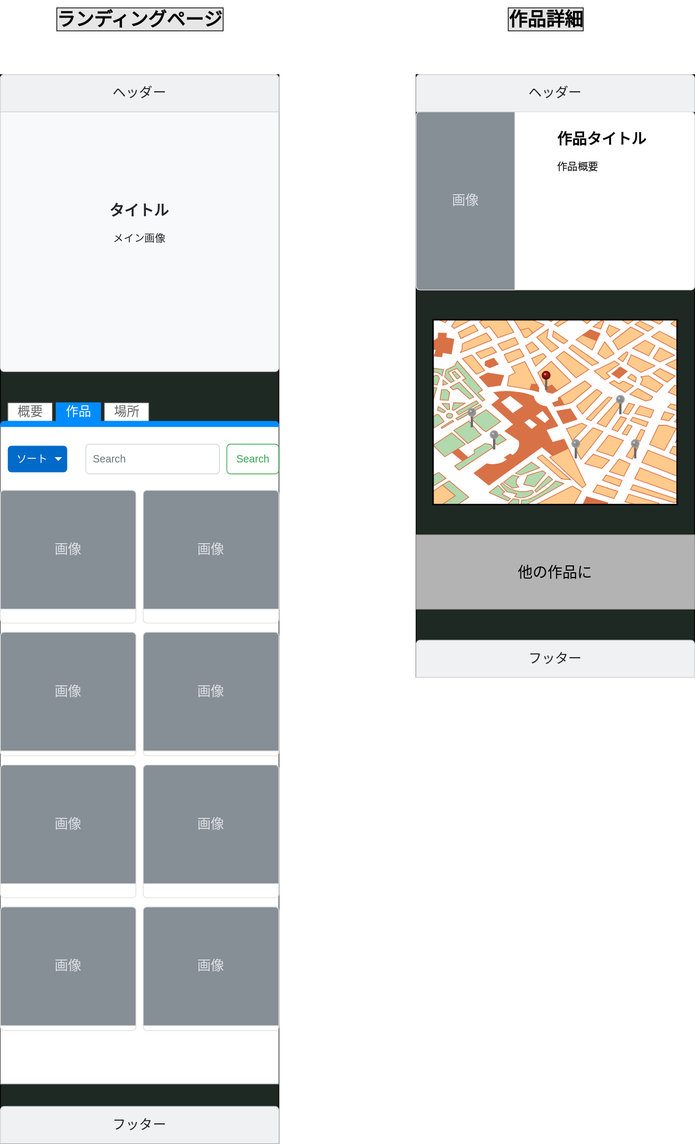
The draw.io diagram flame.drawio.svg in takumi98/PersonalDevelopment, before a commit. Source tidied: cells renumbered, new cells last; positions are measured from the earlier drawing's top-left corner, leaving out a move shared by most shapes.
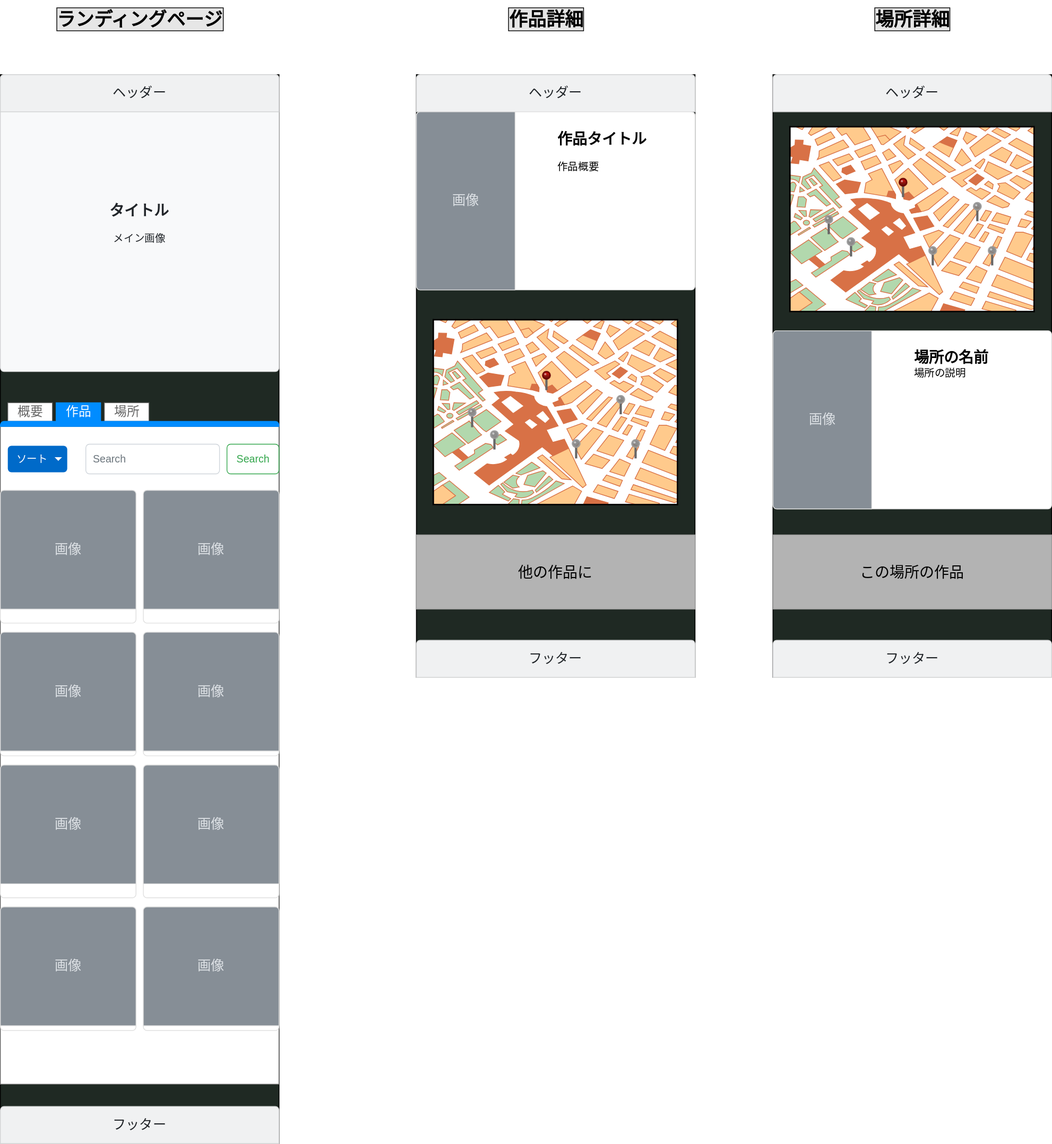
Later version of the same file.

Commit message:
[add]場所詳細のフレーム追加

The edit, as a diff of the source:
```diff
@@ -167,5 +167,56 @@
     <mxCell id="52" value="フッター" style="html=1;shadow=0;dashed=0;shape=mxgraph.bootstrap.topButton;rSize=5;perimeter=none;whiteSpace=wrap;fillColor=#F0F1F2;strokeColor=#D2D3D4;fontColor=#212529;fontSize=18;align=center;spacing=20;" parent="38" vertex="1">
       <mxGeometry y="762" width="375" height="50" as="geometry" />
     </mxCell>
+    <mxCell id="53" style="group;" parent="1" vertex="1">
+      <mxGeometry x="1040" y="100" width="375" height="812" as="geometry" />
+    </mxCell>
+    <mxCell id="54" style="verticalLabelPosition=bottom;verticalAlign=top;html=1;shadow=0;dashed=0;strokeWidth=1;shape=mxgraph.ios.iBgFlat;strokeColor=#18211b;fillColor=#1f2923;labelBackgroundColor=#E6E6E6;fontColor=#000000;" parent="53" vertex="1">
+      <mxGeometry width="375" height="812" as="geometry" />
+    </mxCell>
+    <mxCell id="55" style="verticalLabelPosition=bottom;verticalAlign=top;html=1;shadow=0;dashed=0;strokeWidth=1;shape=mxgraph.ios.iBgFlat;fillColor=none;strokeColor=#000000;" parent="53" vertex="1">
+      <mxGeometry width="375" height="812" as="geometry" />
+    </mxCell>
+    <mxCell id="56" value="ヘッダー" style="html=1;shadow=0;dashed=0;shape=mxgraph.bootstrap.topButton;rSize=5;perimeter=none;whiteSpace=wrap;fillColor=#F0F1F2;strokeColor=#D2D3D4;fontColor=#212529;fontSize=18;align=center;spacing=20;" parent="53" vertex="1">
+      <mxGeometry width="375" height="50" as="geometry" />
+    </mxCell>
+    <mxCell id="57" value="&lt;font color=&quot;#000000&quot; style=&quot;font-size: 20px&quot;&gt;この場所の作品&lt;/font&gt;" style="rounded=0;whiteSpace=wrap;html=1;strokeColor=#999999;strokeWidth=1;fillColor=#B3B3B3;" parent="53" vertex="1">
+      <mxGeometry y="620" width="375" height="100" as="geometry" />
+    </mxCell>
+    <mxCell id="58" value="フッター" style="html=1;shadow=0;dashed=0;shape=mxgraph.bootstrap.topButton;rSize=5;perimeter=none;whiteSpace=wrap;fillColor=#F0F1F2;strokeColor=#D2D3D4;fontColor=#212529;fontSize=18;align=center;spacing=20;" parent="53" vertex="1">
+      <mxGeometry y="762" width="375" height="50" as="geometry" />
+    </mxCell>
+    <mxCell id="59" style="group;" parent="53" vertex="1">
+      <mxGeometry x="22.5" y="70" width="330" height="250" as="geometry" />
+    </mxCell>
+    <mxCell id="60" style="verticalLabelPosition=bottom;shadow=0;dashed=0;align=center;html=1;verticalAlign=top;strokeWidth=1;shape=mxgraph.mockup.misc.map;fillColor=#FFFFFF;" parent="59" vertex="1">
+      <mxGeometry width="330" height="250" as="geometry" />
+    </mxCell>
+    <mxCell id="61" style="verticalLabelPosition=top;shadow=0;dashed=0;align=center;html=1;verticalAlign=bottom;strokeWidth=1;shape=mxgraph.mockup.misc.pin;fillColor2=#dd0000;fillColor3=#440000;strokeColor=#660000;fillColor=#FFFFFF;" parent="59" vertex="1">
+      <mxGeometry x="147.5" y="70" width="10" height="25" as="geometry" />
+    </mxCell>
+    <mxCell id="62" style="verticalLabelPosition=top;shadow=0;dashed=0;align=center;html=1;verticalAlign=bottom;strokeWidth=1;shape=mxgraph.mockup.misc.pin;fillColor2=#808080;fillColor3=#808080;strokeColor=#999999;fillColor=#666666;" parent="59" vertex="1">
+      <mxGeometry x="187.5" y="162" width="10" height="25" as="geometry" />
+    </mxCell>
+    <mxCell id="63" style="verticalLabelPosition=top;shadow=0;dashed=0;align=center;html=1;verticalAlign=bottom;strokeWidth=1;shape=mxgraph.mockup.misc.pin;fillColor2=#808080;fillColor3=#808080;strokeColor=#999999;fillColor=#666666;" parent="59" vertex="1">
+      <mxGeometry x="77.5" y="150" width="10" height="25" as="geometry" />
+    </mxCell>
+    <mxCell id="64" style="verticalLabelPosition=top;shadow=0;dashed=0;align=center;html=1;verticalAlign=bottom;strokeWidth=1;shape=mxgraph.mockup.misc.pin;fillColor2=#808080;fillColor3=#808080;strokeColor=#999999;fillColor=#666666;" parent="59" vertex="1">
+      <mxGeometry x="247.5" y="102.5" width="10" height="25" as="geometry" />
+    </mxCell>
+    <mxCell id="65" style="verticalLabelPosition=top;shadow=0;dashed=0;align=center;html=1;verticalAlign=bottom;strokeWidth=1;shape=mxgraph.mockup.misc.pin;fillColor2=#808080;fillColor3=#808080;strokeColor=#999999;fillColor=#666666;" parent="59" vertex="1">
+      <mxGeometry x="267.5" y="162" width="10" height="25" as="geometry" />
+    </mxCell>
+    <mxCell id="66" style="verticalLabelPosition=top;shadow=0;dashed=0;align=center;html=1;verticalAlign=bottom;strokeWidth=1;shape=mxgraph.mockup.misc.pin;fillColor2=#808080;fillColor3=#808080;strokeColor=#999999;fillColor=#666666;" parent="59" vertex="1">
+      <mxGeometry x="47.5" y="120" width="10" height="25" as="geometry" />
+    </mxCell>
+    <mxCell id="67" value="&lt;span style=&quot;font-size: 20px&quot;&gt;&lt;b&gt;場所の名前&lt;/b&gt;&lt;/span&gt;&lt;br&gt;場所の説明" style="html=1;shadow=0;dashed=0;shape=mxgraph.bootstrap.rrect;rSize=5;strokeColor=#DFDFDF;html=1;whiteSpace=wrap;fillColor=#ffffff;fontColor=#000000;verticalAlign=top;align=left;spacing=20;fontSize=14;spacingLeft=170;" parent="53" vertex="1">
+      <mxGeometry y="345" width="375" height="240" as="geometry" />
+    </mxCell>
+    <mxCell id="68" value="画像" style="html=1;shadow=0;dashed=0;shape=mxgraph.bootstrap.leftButton;rSize=5;perimeter=none;whiteSpace=wrap;fillColor=#868E96;strokeColor=#DFDFDF;fontColor=#DEE2E6;fontSize=18;" parent="67" vertex="1">
+      <mxGeometry width="132.81" height="240" relative="1" as="geometry" />
+    </mxCell>
+    <mxCell id="69" value="&lt;font style=&quot;font-size: 25px&quot;&gt;場所詳細&lt;/font&gt;" style="text;html=1;strokeColor=none;fillColor=none;align=center;verticalAlign=middle;whiteSpace=wrap;rounded=0;fontStyle=1;labelBorderColor=#000000;labelBackgroundColor=#E6E6E6;fontColor=#000000;" parent="1" vertex="1">
+      <mxGeometry x="1092.5" width="270" height="50" as="geometry" />
+    </mxCell>
   </root>
 </mxGraphModel>
```
